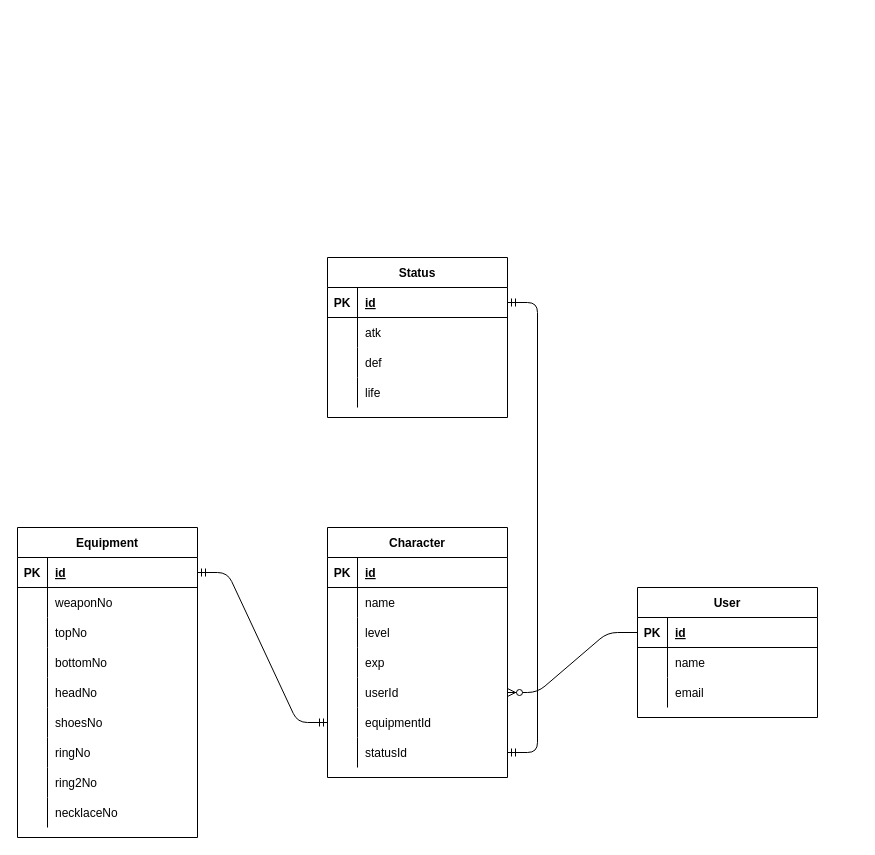
This is page "테이블" (2 of 2) of doc/설계_마인드맵.drawio from tjsahr0099/dev, a draw.io file, before an edit. Source tidied: cells renumbered, new cells numbered last; positions are measured from the earlier drawing's top-left corner, leaving out a move shared by most shapes. Both pictures are drawn from the tidied source at 100%, with x=0, y=0 at pixel (17, 257).
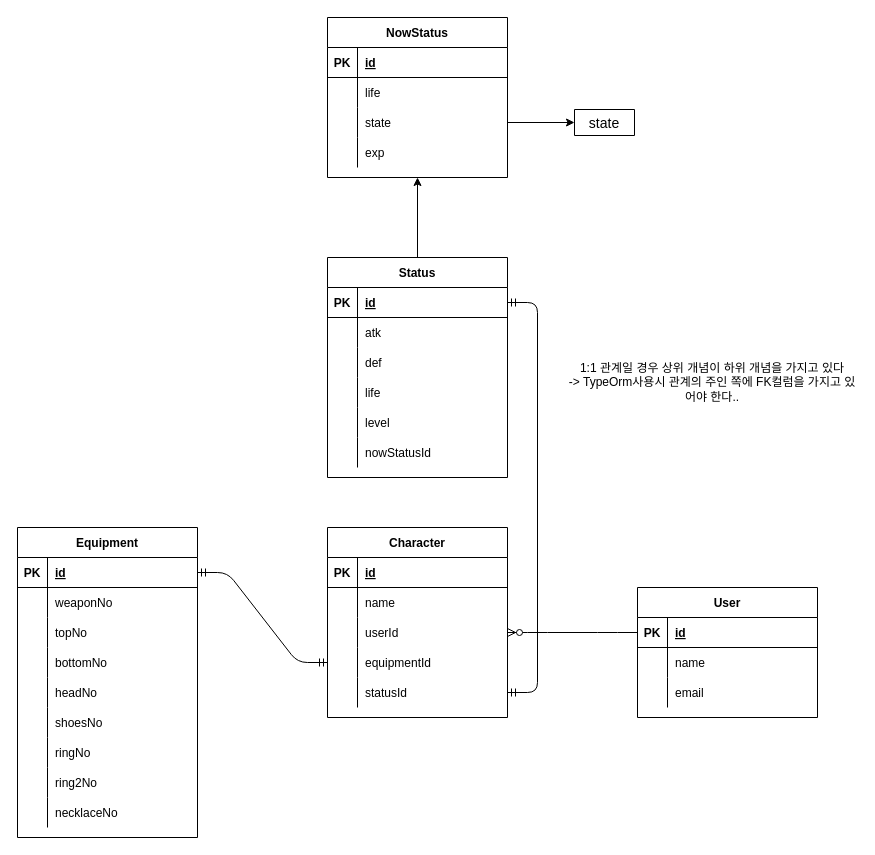
The same page after the edit.

Unchanged cells that the change refers to:
```xml
<mxCell id="16" style="shape=partialRectangle;fillColor=none;top=0;left=0;bottom=0;right=0;points=[[0,0.5],[1,0.5]];portConstraint=eastwest;" parent="3" vertex="1">
  <mxGeometry y="150" width="180" height="30" as="geometry" />
</mxCell>
<mxCell id="26" style="shape=partialRectangle;fillColor=none;top=0;left=0;bottom=1;right=0;points=[[0,0.5],[1,0.5]];portConstraint=eastwest;" parent="25" vertex="1">
  <mxGeometry y="30" width="180" height="30" as="geometry" />
</mxCell>
<mxCell id="35" value="Equipment" style="shape=table;startSize=30;childLayout=tableLayout;rowLines=0;fontStyle=1;align=center;" parent="1" vertex="1">
  <mxGeometry y="270" width="180" height="310" as="geometry" />
</mxCell>
<mxCell id="36" style="shape=partialRectangle;fillColor=none;top=0;left=0;bottom=1;right=0;points=[[0,0.5],[1,0.5]];portConstraint=eastwest;" parent="35" vertex="1">
  <mxGeometry y="30" width="180" height="30" as="geometry" />
</mxCell>
<mxCell id="65" style="shape=partialRectangle;fillColor=none;top=0;left=0;bottom=1;right=0;points=[[0,0.5],[1,0.5]];portConstraint=eastwest;" parent="64" vertex="1">
  <mxGeometry y="30" width="180" height="30" as="geometry" />
</mxCell>
```

Change to the diagram source:
```diff
@@
-    <mxCell id="2" style="edgeStyle=entityRelationEdgeStyle;fontSize=12;html=1;endArrow=ERzeroToMany;endFill=1;exitX=0;exitY=0.5;exitDx=0;exitDy=0;entryX=1;entryY=0.5;entryDx=0;entryDy=0;" parent="1" edge="1" source="26" target="16">
+    <mxCell id="2" style="edgeStyle=entityRelationEdgeStyle;fontSize=12;html=1;endArrow=ERzeroToMany;endFill=1;exitX=0;exitY=0.5;exitDx=0;exitDy=0;" parent="1" edge="1" source="26" target="78">
       <mxGeometry relative="1" as="geometry" />
     </mxCell>
     <mxCell id="3" value="Character" style="shape=table;startSize=30;childLayout=tableLayout;rowLines=0;fontStyle=1;align=center;" parent="1" vertex="1">
-      <mxGeometry x="310" y="270" width="180" height="250" as="geometry" />
+      <mxGeometry x="310" y="270" width="180" height="190" as="geometry" />
     </mxCell>
@@
-    <mxCell id="10" style="shape=partialRectangle;fillColor=none;top=0;left=0;bottom=0;right=0;" parent="3" vertex="1">
-      <mxGeometry y="90" width="180" height="30" as="geometry" />
-    </mxCell>
-    <mxCell id="11" style="shape=partialRectangle;fillColor=none;top=0;left=0;bottom=0;right=0;overflow=hidden;" parent="10" vertex="1">
-      <mxGeometry width="30" height="30" as="geometry" />
-    </mxCell>
-    <mxCell id="12" value="level" style="shape=partialRectangle;fillColor=none;top=0;left=0;bottom=0;right=0;align=left;spacingLeft=6;overflow=hidden;" parent="10" vertex="1">
-      <mxGeometry x="30" width="150" height="30" as="geometry" />
-    </mxCell>
-    <mxCell id="13" style="shape=partialRectangle;fillColor=none;top=0;left=0;bottom=0;right=0;" parent="3" vertex="1">
-      <mxGeometry y="120" width="180" height="30" as="geometry" />
-    </mxCell>
-    <mxCell id="14" style="shape=partialRectangle;fillColor=none;top=0;left=0;bottom=0;right=0;overflow=hidden;" parent="13" vertex="1">
-      <mxGeometry width="30" height="30" as="geometry" />
-    </mxCell>
-    <mxCell id="15" value="exp" style="shape=partialRectangle;fillColor=none;top=0;left=0;bottom=0;right=0;align=left;spacingLeft=6;overflow=hidden;" parent="13" vertex="1">
-      <mxGeometry x="30" width="150" height="30" as="geometry" />
-    </mxCell>
+    <mxCell id="78" style="shape=partialRectangle;fillColor=none;top=0;left=0;bottom=0;right=0;points=[[0,0.5],[1,0.5]];portConstraint=eastwest;" parent="3" vertex="1">
+      <mxGeometry y="90" width="180" height="30" as="geometry" />
+    </mxCell>
+    <mxCell id="79" style="shape=partialRectangle;fillColor=none;top=0;left=0;bottom=0;right=0;overflow=hidden;" parent="78" vertex="1">
+      <mxGeometry width="30" height="30" as="geometry" />
+    </mxCell>
+    <mxCell id="80" value="userId" style="shape=partialRectangle;fillColor=none;top=0;left=0;bottom=0;right=0;align=left;spacingLeft=6;overflow=hidden;" parent="78" vertex="1">
+      <mxGeometry x="30" width="150" height="30" as="geometry" />
+    </mxCell>
+    <mxCell id="81" style="shape=partialRectangle;fillColor=none;top=0;left=0;bottom=0;right=0;points=[[0,0.5],[1,0.5]];portConstraint=eastwest;" parent="3" vertex="1">
+      <mxGeometry y="120" width="180" height="30" as="geometry" />
+    </mxCell>
+    <mxCell id="82" style="shape=partialRectangle;fillColor=none;top=0;left=0;bottom=0;right=0;overflow=hidden;" parent="81" vertex="1">
+      <mxGeometry width="30" height="30" as="geometry" />
+    </mxCell>
+    <mxCell id="21" value="equipmentId" style="shape=partialRectangle;fillColor=none;top=0;left=0;bottom=0;right=0;align=left;spacingLeft=6;overflow=hidden;" parent="81" vertex="1">
+      <mxGeometry x="30" width="150" height="30" as="geometry" />
+    </mxCell>
@@
-    <mxCell id="18" value="userId" style="shape=partialRectangle;fillColor=none;top=0;left=0;bottom=0;right=0;align=left;spacingLeft=6;overflow=hidden;" parent="16" vertex="1">
+    <mxCell id="18" value="statusId" style="shape=partialRectangle;fillColor=none;top=0;left=0;bottom=0;right=0;align=left;spacingLeft=6;overflow=hidden;" parent="16" vertex="1">
       <mxGeometry x="30" width="150" height="30" as="geometry" />
     </mxCell>
-    <mxCell id="19" style="shape=partialRectangle;fillColor=none;top=0;left=0;bottom=0;right=0;points=[[0,0.5],[1,0.5]];portConstraint=eastwest;" parent="3" vertex="1">
-      <mxGeometry y="180" width="180" height="30" as="geometry" />
-    </mxCell>
-    <mxCell id="20" style="shape=partialRectangle;fillColor=none;top=0;left=0;bottom=0;right=0;overflow=hidden;" parent="19" vertex="1">
-      <mxGeometry width="30" height="30" as="geometry" />
-    </mxCell>
-    <mxCell id="21" value="equipmentId" style="shape=partialRectangle;fillColor=none;top=0;left=0;bottom=0;right=0;align=left;spacingLeft=6;overflow=hidden;" parent="19" vertex="1">
-      <mxGeometry x="30" width="150" height="30" as="geometry" />
-    </mxCell>
-    <mxCell id="22" style="shape=partialRectangle;fillColor=none;top=0;left=0;bottom=0;right=0;points=[[0,0.5],[1,0.5]];portConstraint=eastwest;" parent="3" vertex="1">
-      <mxGeometry y="210" width="180" height="30" as="geometry" />
-    </mxCell>
-    <mxCell id="23" style="shape=partialRectangle;fillColor=none;top=0;left=0;bottom=0;right=0;overflow=hidden;" parent="22" vertex="1">
-      <mxGeometry width="30" height="30" as="geometry" />
-    </mxCell>
-    <mxCell id="24" value="statusId" style="shape=partialRectangle;fillColor=none;top=0;left=0;bottom=0;right=0;align=left;spacingLeft=6;overflow=hidden;" parent="22" vertex="1">
-      <mxGeometry x="30" width="150" height="30" as="geometry" />
-    </mxCell>
@@
-    <mxCell id="39" style="shape=partialRectangle;fillColor=none;top=0;left=0;bottom=0;right=0;" parent="35" vertex="1">
-      <mxGeometry y="60" width="180" height="30" as="geometry" />
-    </mxCell>
-    <mxCell id="40" style="shape=partialRectangle;fillColor=none;top=0;left=0;bottom=0;right=0;overflow=hidden;" parent="39" vertex="1">
-      <mxGeometry width="30" height="30" as="geometry" />
-    </mxCell>
+    <mxCell id="83" style="shape=partialRectangle;fillColor=none;top=0;left=0;bottom=0;right=0;" parent="35" vertex="1">
+      <mxGeometry y="60" width="180" height="30" as="geometry" />
+    </mxCell>
+    <mxCell id="84" style="shape=partialRectangle;fillColor=none;top=0;left=0;bottom=0;right=0;overflow=hidden;" parent="83" vertex="1">
+      <mxGeometry width="30" height="30" as="geometry" />
+    </mxCell>
-    <mxCell id="41" value="weaponNo" style="shape=partialRectangle;fillColor=none;top=0;left=0;bottom=0;right=0;align=left;spacingLeft=6;overflow=hidden;" parent="39" vertex="1">
+    <mxCell id="41" value="weaponNo" style="shape=partialRectangle;fillColor=none;top=0;left=0;bottom=0;right=0;align=left;spacingLeft=6;overflow=hidden;" parent="83" vertex="1">
       <mxGeometry x="30" width="150" height="30" as="geometry" />
     </mxCell>
@@
-    <mxCell id="63" style="edgeStyle=entityRelationEdgeStyle;fontSize=12;html=1;endArrow=ERmandOne;startArrow=ERmandOne;entryX=0;entryY=0.5;entryDx=0;entryDy=0;exitX=1;exitY=0.5;exitDx=0;exitDy=0;" parent="1" edge="1" source="36" target="19">
+    <mxCell id="63" style="edgeStyle=entityRelationEdgeStyle;fontSize=12;html=1;endArrow=ERmandOne;startArrow=ERmandOne;exitX=1;exitY=0.5;exitDx=0;exitDy=0;" parent="1" edge="1" source="36" target="81">
       <mxGeometry relative="1" as="geometry" />
     </mxCell>
+    <mxCell id="85" style="edgeStyle=orthogonalEdgeStyle;rounded=0;jettySize=auto;html=1;" parent="1" edge="1" source="64" target="91">
+      <mxGeometry relative="1" as="geometry" />
+    </mxCell>
     <mxCell id="64" value="Status" style="shape=table;startSize=30;childLayout=tableLayout;rowLines=0;fontStyle=1;align=center;" parent="1" vertex="1">
-      <mxGeometry x="310" width="180" height="160" as="geometry" />
+      <mxGeometry x="310" width="180" height="220" as="geometry" />
     </mxCell>
@@
+    <mxCell id="86" style="shape=partialRectangle;fillColor=none;top=0;left=0;bottom=0;right=0;" parent="64" vertex="1">
+      <mxGeometry y="120" width="180" height="30" as="geometry" />
+    </mxCell>
+    <mxCell id="87" style="shape=partialRectangle;fillColor=none;top=0;left=0;bottom=0;right=0;overflow=hidden;" parent="86" vertex="1">
+      <mxGeometry width="30" height="30" as="geometry" />
+    </mxCell>
+    <mxCell id="88" value="life" style="shape=partialRectangle;fillColor=none;top=0;left=0;bottom=0;right=0;align=left;spacingLeft=6;overflow=hidden;" parent="86" vertex="1">
+      <mxGeometry x="30" width="150" height="30" as="geometry" />
+    </mxCell>
     <mxCell id="74" style="shape=partialRectangle;fillColor=none;top=0;left=0;bottom=0;right=0;" parent="64" vertex="1">
-      <mxGeometry y="120" width="180" height="30" as="geometry" />
+      <mxGeometry y="150" width="180" height="30" as="geometry" />
     </mxCell>
@@
-    <mxCell id="76" value="life" style="shape=partialRectangle;fillColor=none;top=0;left=0;bottom=0;right=0;align=left;spacingLeft=6;overflow=hidden;" parent="74" vertex="1">
+    <mxCell id="76" value="level" style="shape=partialRectangle;fillColor=none;top=0;left=0;bottom=0;right=0;align=left;spacingLeft=6;overflow=hidden;" parent="74" vertex="1">
       <mxGeometry x="30" width="150" height="30" as="geometry" />
     </mxCell>
+    <mxCell id="19" style="shape=partialRectangle;fillColor=none;top=0;left=0;bottom=0;right=0;points=[[0,0.5],[1,0.5]];portConstraint=eastwest;" parent="64" vertex="1">
+      <mxGeometry y="180" width="180" height="30" as="geometry" />
+    </mxCell>
+    <mxCell id="89" style="shape=partialRectangle;fillColor=none;top=0;left=0;bottom=0;right=0;overflow=hidden;" parent="19" vertex="1">
+      <mxGeometry width="30" height="30" as="geometry" />
+    </mxCell>
+    <mxCell id="90" value="nowStatusId" style="shape=partialRectangle;fillColor=none;top=0;left=0;bottom=0;right=0;align=left;spacingLeft=6;overflow=hidden;" parent="19" vertex="1">
+      <mxGeometry x="30" width="150" height="30" as="geometry" />
+    </mxCell>
-    <mxCell id="77" style="edgeStyle=entityRelationEdgeStyle;fontSize=12;html=1;endArrow=ERmandOne;startArrow=ERmandOne;entryX=1;entryY=0.5;entryDx=0;entryDy=0;exitX=1;exitY=0.5;exitDx=0;exitDy=0;" parent="1" edge="1" source="65" target="22">
+    <mxCell id="77" style="edgeStyle=entityRelationEdgeStyle;fontSize=12;html=1;endArrow=ERmandOne;startArrow=ERmandOne;entryX=1;entryY=0.5;entryDx=0;entryDy=0;exitX=1;exitY=0.5;exitDx=0;exitDy=0;" parent="1" edge="1" source="65" target="16">
       <mxGeometry relative="1" as="geometry" />
     </mxCell>
+    <mxCell id="91" value="NowStatus" style="shape=table;startSize=30;childLayout=tableLayout;rowLines=0;fontStyle=1;align=center;" parent="1" vertex="1">
+      <mxGeometry x="310" y="-240" width="180" height="160" as="geometry" />
+    </mxCell>
+    <mxCell id="92" style="shape=partialRectangle;fillColor=none;top=0;left=0;bottom=1;right=0;" parent="91" vertex="1">
+      <mxGeometry y="30" width="180" height="30" as="geometry" />
+    </mxCell>
+    <mxCell id="93" value="PK" style="shape=partialRectangle;fillColor=none;top=0;left=0;bottom=0;right=0;fontStyle=1;overflow=hidden;" parent="92" vertex="1">
+      <mxGeometry width="30" height="30" as="geometry" />
+    </mxCell>
+    <mxCell id="94" value="id" style="shape=partialRectangle;fillColor=none;top=0;left=0;bottom=0;right=0;align=left;spacingLeft=6;fontStyle=5;overflow=hidden;" parent="92" vertex="1">
+      <mxGeometry x="30" width="150" height="30" as="geometry" />
+    </mxCell>
+    <mxCell id="95" style="shape=partialRectangle;fillColor=none;top=0;left=0;bottom=0;right=0;" parent="91" vertex="1">
+      <mxGeometry y="60" width="180" height="30" as="geometry" />
+    </mxCell>
+    <mxCell id="96" style="shape=partialRectangle;fillColor=none;top=0;left=0;bottom=0;right=0;overflow=hidden;" parent="95" vertex="1">
+      <mxGeometry width="30" height="30" as="geometry" />
+    </mxCell>
+    <mxCell id="97" value="life" style="shape=partialRectangle;fillColor=none;top=0;left=0;bottom=0;right=0;align=left;spacingLeft=6;overflow=hidden;" parent="95" vertex="1">
+      <mxGeometry x="30" width="150" height="30" as="geometry" />
+    </mxCell>
+    <mxCell id="98" style="shape=partialRectangle;fillColor=none;top=0;left=0;bottom=0;right=0;points=[[0,0.5],[1,0.5]];portConstraint=eastwest;" parent="91" vertex="1">
+      <mxGeometry y="90" width="180" height="30" as="geometry" />
+    </mxCell>
+    <mxCell id="99" style="shape=partialRectangle;fillColor=none;top=0;left=0;bottom=0;right=0;overflow=hidden;" parent="98" vertex="1">
+      <mxGeometry width="30" height="30" as="geometry" />
+    </mxCell>
+    <mxCell id="100" value="state" style="shape=partialRectangle;fillColor=none;top=0;left=0;bottom=0;right=0;align=left;spacingLeft=6;overflow=hidden;" parent="98" vertex="1">
+      <mxGeometry x="30" width="150" height="30" as="geometry" />
+    </mxCell>
+    <mxCell id="101" style="shape=partialRectangle;fillColor=none;top=0;left=0;bottom=0;right=0;" parent="91" vertex="1">
+      <mxGeometry y="120" width="180" height="30" as="geometry" />
+    </mxCell>
+    <mxCell id="102" style="shape=partialRectangle;fillColor=none;top=0;left=0;bottom=0;right=0;overflow=hidden;" parent="101" vertex="1">
+      <mxGeometry width="30" height="30" as="geometry" />
+    </mxCell>
+    <mxCell id="15" value="exp" style="shape=partialRectangle;fillColor=none;top=0;left=0;bottom=0;right=0;align=left;spacingLeft=6;overflow=hidden;" parent="101" vertex="1">
+      <mxGeometry x="30" width="150" height="30" as="geometry" />
+    </mxCell>
+    <mxCell id="103" value="state" style="swimlane;fontStyle=0;horizontal=1;startSize=26;align=center;fontSize=14;" parent="1" vertex="1" collapsed="1">
+      <mxGeometry x="557" y="-148" width="60" height="26" as="geometry" />
+    </mxCell>
+    <mxCell id="104" style="endArrow=classic;html=1;exitX=1;exitY=0.5;exitDx=0;exitDy=0;entryX=0;entryY=0.5;entryDx=0;entryDy=0;" parent="1" edge="1" source="98" target="103">
+      <mxGeometry relative="1" as="geometry" />
+    </mxCell>
+    <mxCell id="105" value="1:1 관계일 경우 상위 개념이 하위 개념을 가지고 있다&lt;br&gt;-&amp;gt; TypeOrm사용시 관계의 주인 쪽에 FK컬럼을 가지고 있어야 한다.." style="text;html=1;strokeColor=none;fillColor=none;align=center;verticalAlign=middle;whiteSpace=wrap;rounded=0;" parent="1" vertex="1">
+      <mxGeometry x="550" y="80" width="290" height="90" as="geometry" />
+    </mxCell>
```
